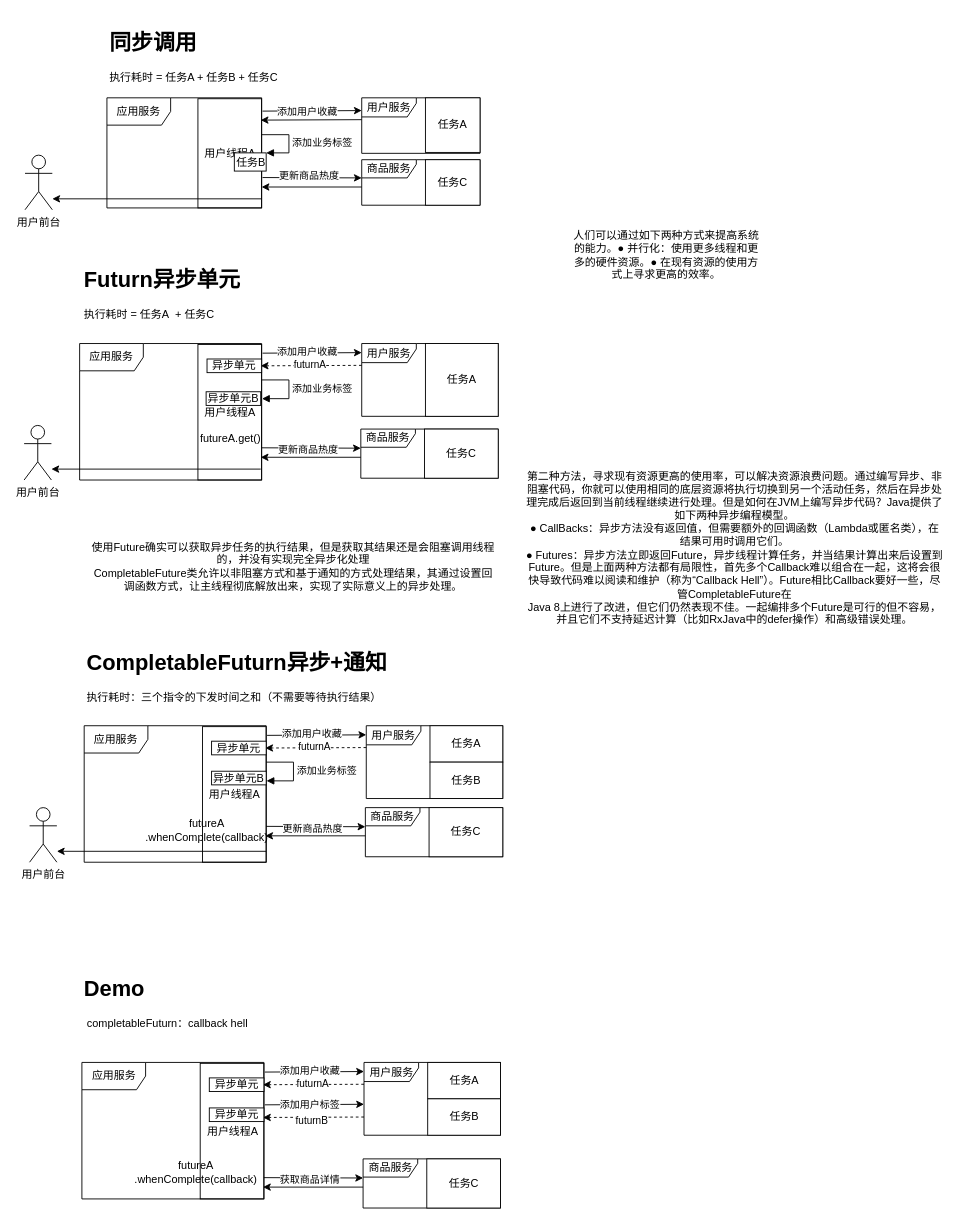
Before: 1.drawio in keep-moving-free/keep-moving-free, a draw.io diagram. Source tidied: cells renumbered, new cells numbered last; positions are measured from the earlier drawing's top-left corner, leaving out a move shared by most shapes. Both pictures are drawn from the tidied source at 91%, with x=0, y=0 at pixel (24, 25).
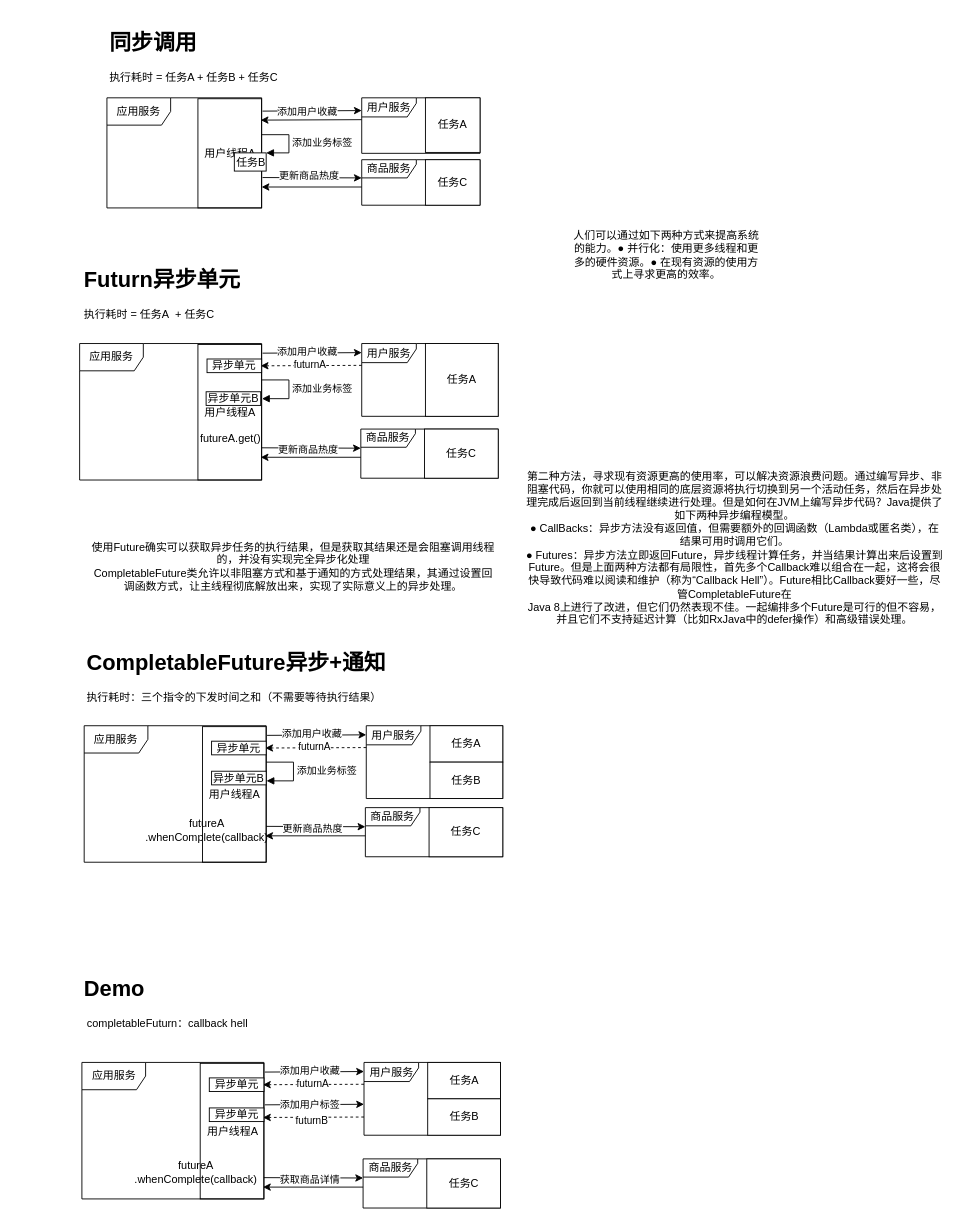
Above is the later version.

What changed in the source:
```diff
@@
-    <mxCell id="4" style="edgeStyle=orthogonalEdgeStyle;rounded=0;jettySize=auto;html=1;" parent="1" edge="1" target="76">
-      <mxGeometry relative="1" as="geometry">
-        <mxPoint x="261" y="191" as="sourcePoint" />
-        <Array as="points">
-          <mxPoint x="11" y="191" />
-          <mxPoint x="11" y="191" />
-        </Array>
-      </mxGeometry>
-    </mxCell>
@@
-    <mxCell id="34" value="&lt;h1&gt;CompletableFuturn异步+通知&lt;/h1&gt;&lt;p&gt;执行耗时：三个指令的下发时间之和（不需要等待执行结果）&lt;/p&gt;" style="text;html=1;strokeColor=none;fillColor=none;spacing=5;spacingTop=-20;whiteSpace=wrap;overflow=hidden;rounded=0;" parent="1" vertex="1">
+    <mxCell id="34" value="&lt;h1&gt;CompletableFuture异步+通知&lt;/h1&gt;&lt;p&gt;执行耗时：三个指令的下发时间之和（不需要等待执行结果）&lt;/p&gt;" style="text;html=1;strokeColor=none;fillColor=none;spacing=5;spacingTop=-20;whiteSpace=wrap;overflow=hidden;rounded=0;" parent="1" vertex="1">
       <mxGeometry x="63.5" y="681" width="465" height="90" as="geometry" />
     </mxCell>
@@
-    <mxCell id="76" value="用户前台" style="shape=umlActor;verticalLabelPosition=bottom;verticalAlign=top;html=1;outlineConnect=0;" parent="1" vertex="1">
-      <mxGeometry x="1" y="143" width="30" height="60" as="geometry" />
-    </mxCell>
@@
-    <mxCell id="80" style="edgeStyle=orthogonalEdgeStyle;rounded=0;jettySize=auto;html=1;" parent="1" edge="1" target="81">
-      <mxGeometry relative="1" as="geometry">
-        <mxPoint x="260" y="488" as="sourcePoint" />
-        <Array as="points">
-          <mxPoint x="10" y="488" />
-          <mxPoint x="10" y="488" />
-        </Array>
-      </mxGeometry>
-    </mxCell>
-    <mxCell id="81" value="用户前台" style="shape=umlActor;verticalLabelPosition=bottom;verticalAlign=top;html=1;outlineConnect=0;" parent="1" vertex="1">
-      <mxGeometry y="440" width="30" height="60" as="geometry" />
-    </mxCell>
@@
-    <mxCell id="83" style="edgeStyle=orthogonalEdgeStyle;rounded=0;jettySize=auto;html=1;" parent="1" edge="1" target="84">
-      <mxGeometry relative="1" as="geometry">
-        <mxPoint x="266" y="908" as="sourcePoint" />
-        <Array as="points">
-          <mxPoint x="16" y="908" />
-          <mxPoint x="16" y="908" />
-        </Array>
-      </mxGeometry>
-    </mxCell>
-    <mxCell id="84" value="用户前台" style="shape=umlActor;verticalLabelPosition=bottom;verticalAlign=top;html=1;outlineConnect=0;" parent="1" vertex="1">
-      <mxGeometry x="6" y="860" width="30" height="60" as="geometry" />
-    </mxCell>
```
